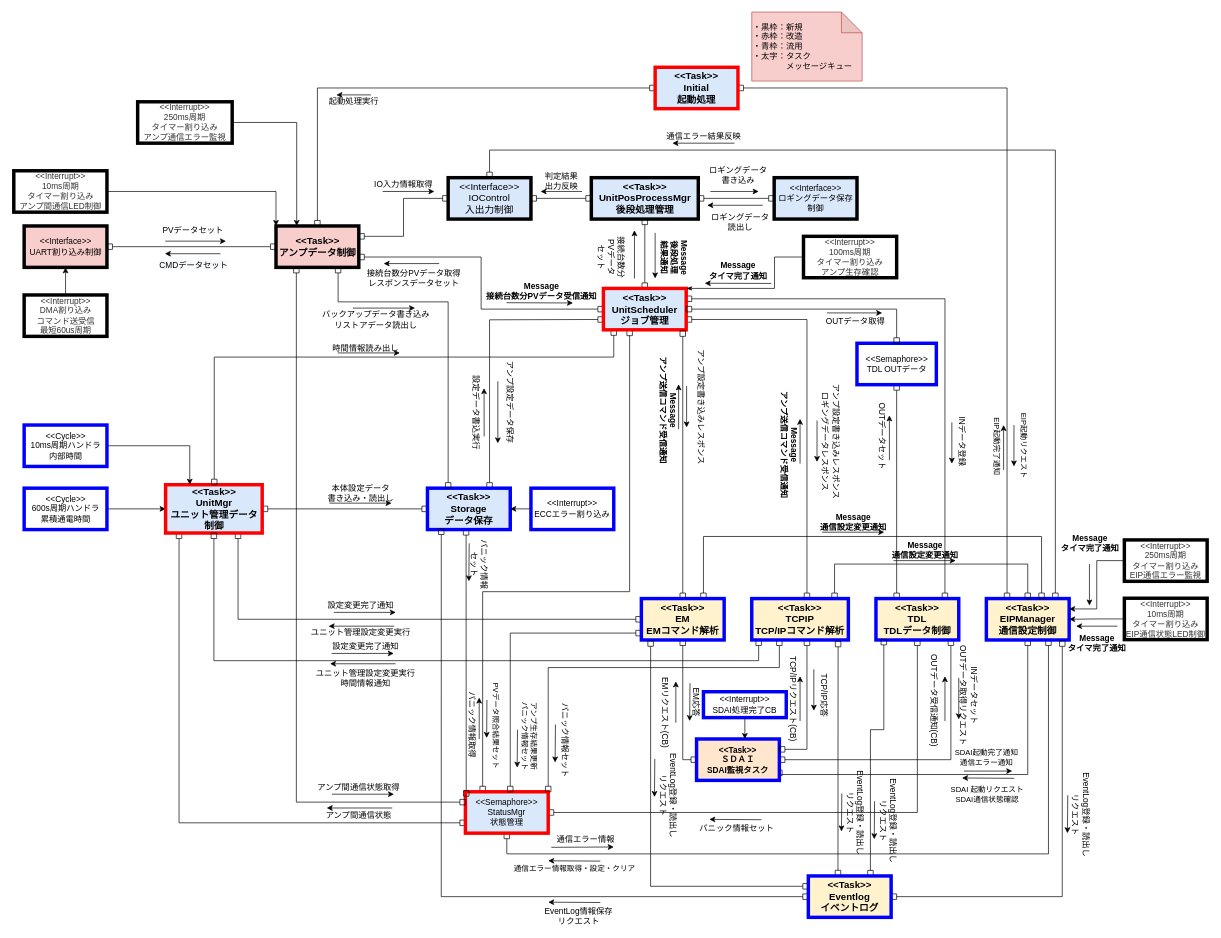
This is page "RevC_動的構造" (4 of 4) of NWユニット_アーキテクチャ図.drawio from YutaSuzukiGARI/nwunit, a draw.io file, before an edit. Source tidied: cells renumbered, new cells numbered last; positions are measured from the earlier drawing's top-left corner, leaving out a move shared by most shapes. Both pictures are drawn from the tidied source at 69%, with x=0, y=0 at pixel (13, 12).
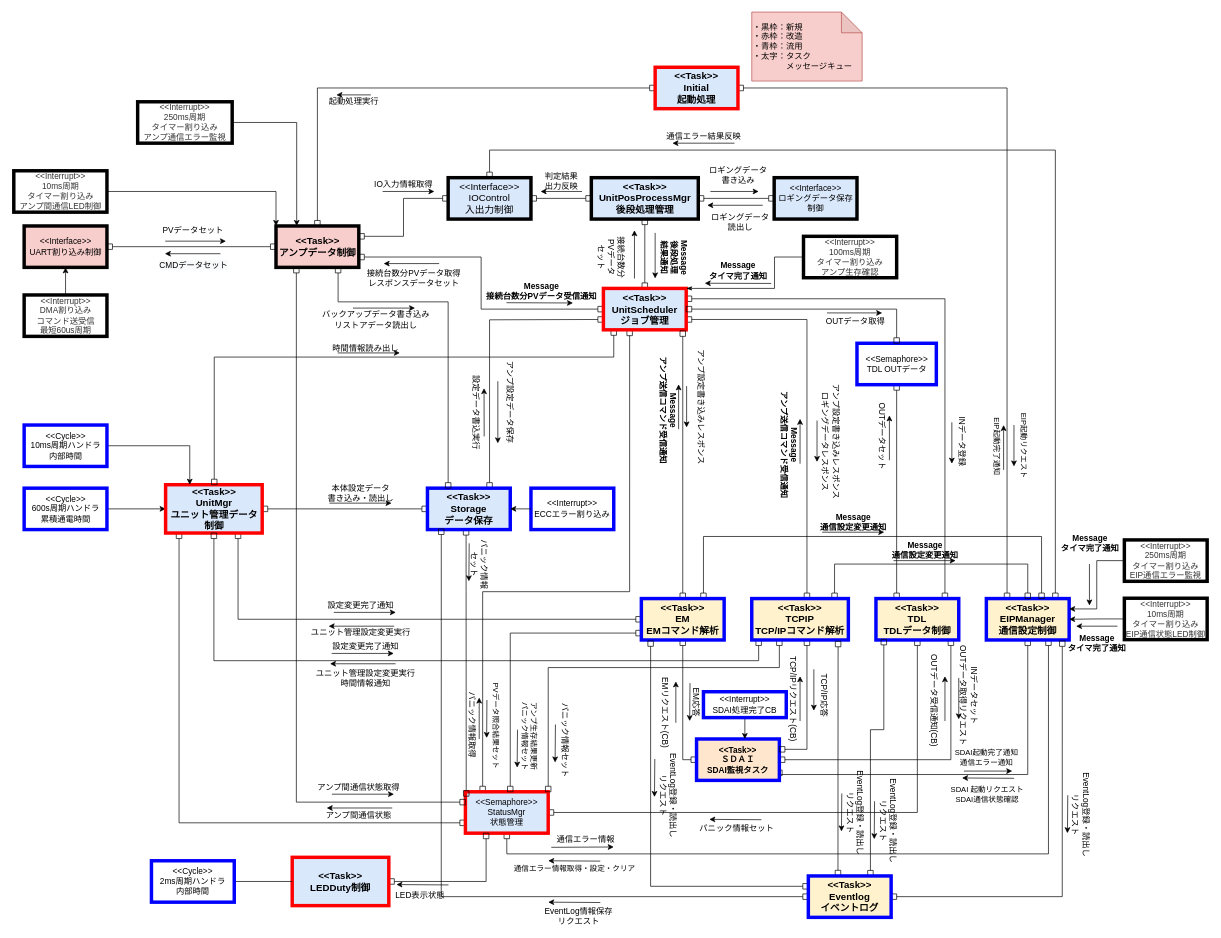
The same diagram, later.

The change refers to these unchanged cells:
```xml
<mxCell id="35" value="&amp;lt;&amp;lt;Semaphore&amp;gt;&amp;gt;&lt;br&gt;StatusMgr&lt;br&gt;状態管理" style="rounded=0;whiteSpace=wrap;html=1;fillColor=#dae8fc;strokeColor=#FF0000;strokeWidth=5;" parent="1" vertex="1">
  <mxGeometry x="655" y="1130" width="120" height="60" as="geometry" />
</mxCell>
```

Diff of the diagram source:
```diff
@@
+    <mxCell id="198" style="edgeStyle=orthogonalEdgeStyle;rounded=0;jettySize=auto;html=1;entryX=0.25;entryY=1;entryDx=0;entryDy=0;endArrow=box;endFill=0;startArrow=box;startFill=0;" parent="1" edge="1" source="199" target="35">
+      <mxGeometry relative="1" as="geometry" />
+    </mxCell>
+    <mxCell id="199" value="&amp;lt;&amp;lt;Task&amp;gt;&amp;gt;&lt;br style=&quot;font-size: 14px&quot;&gt;LEDDuty制御" style="rounded=0;whiteSpace=wrap;html=1;fillColor=#dae8fc;strokeColor=#FF0000;strokeWidth=5;fontStyle=1;fontSize=14;" parent="1" vertex="1">
+      <mxGeometry x="404" y="1225" width="140" height="70" as="geometry" />
+    </mxCell>
+    <mxCell id="200" style="edgeStyle=none;rounded=0;jettySize=auto;html=1;entryX=0;entryY=0.5;entryDx=0;entryDy=0;endArrow=none;endFill=0;" parent="1" edge="1" source="201" target="199">
+      <mxGeometry relative="1" as="geometry" />
+    </mxCell>
+    <mxCell id="201" value="&amp;lt;&amp;lt;Cycle&amp;gt;&amp;gt;&lt;br&gt;2ms周期ハンドラ&lt;br&gt;内部時間" style="rounded=0;whiteSpace=wrap;html=1;strokeColor=#0000FF;strokeWidth=5;" parent="1" vertex="1">
+      <mxGeometry x="200" y="1230" width="120" height="60" as="geometry" />
+    </mxCell>
+    <mxCell id="202" value="LED表示状態" style="text;html=1;align=center;verticalAlign=middle;rotation=0;" parent="1" vertex="1">
+      <mxGeometry x="544" y="1270" width="90" height="20" as="geometry" />
+    </mxCell>
+    <mxCell id="203" style="endArrow=classic;html=1;fontColor=#FF3333;" parent="1" edge="1">
+      <mxGeometry relative="1" as="geometry">
+        <mxPoint x="630.5" y="1265" as="sourcePoint" />
+        <mxPoint x="555" y="1264.5" as="targetPoint" />
+      </mxGeometry>
+    </mxCell>
```
